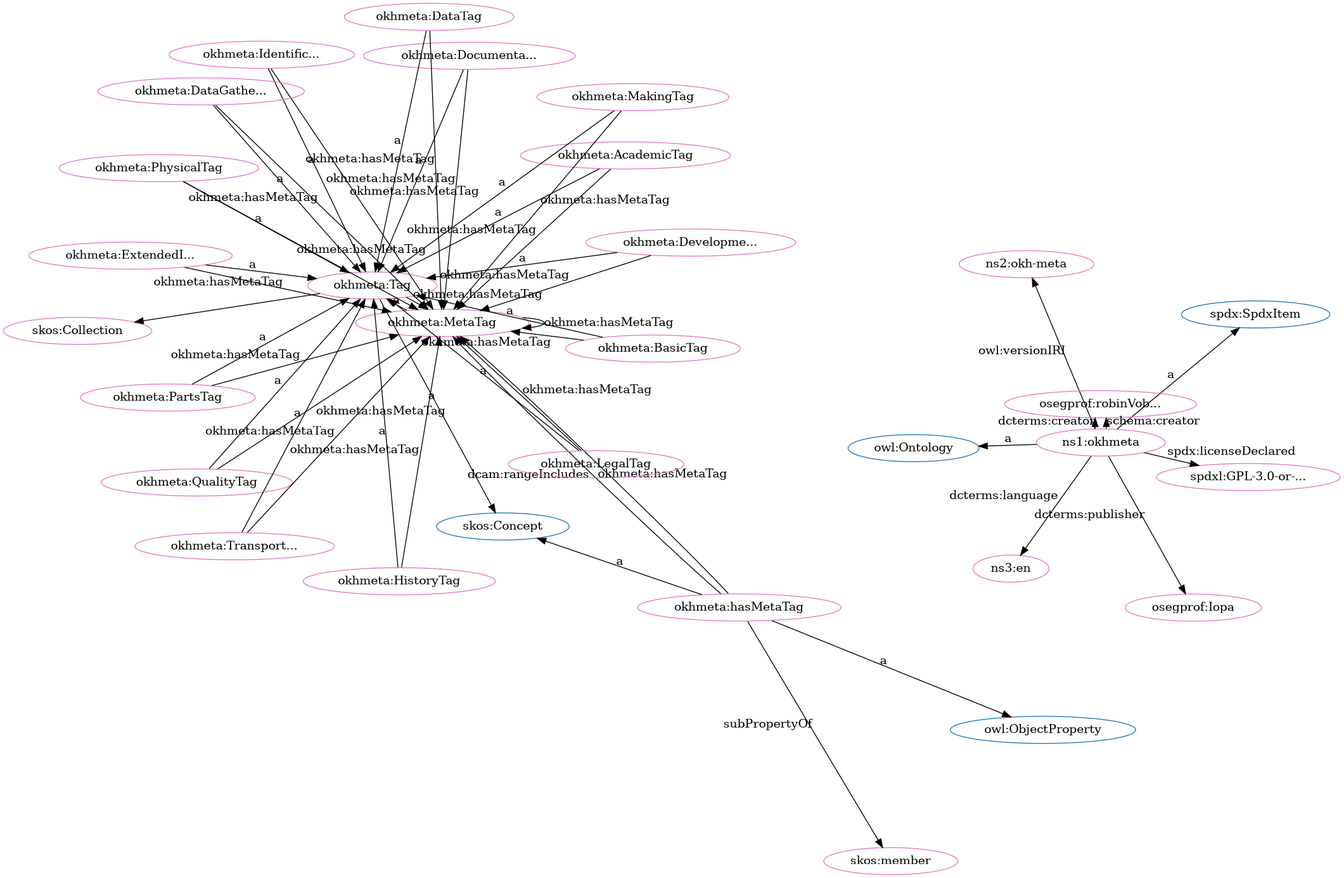
The Graphviz diagram src/spec/fdp_okh-meta.png in iop-alliance/OpenKnowHow, before a commit. Its source is kept beside it as src/spec/fdp_okh-meta.dot.
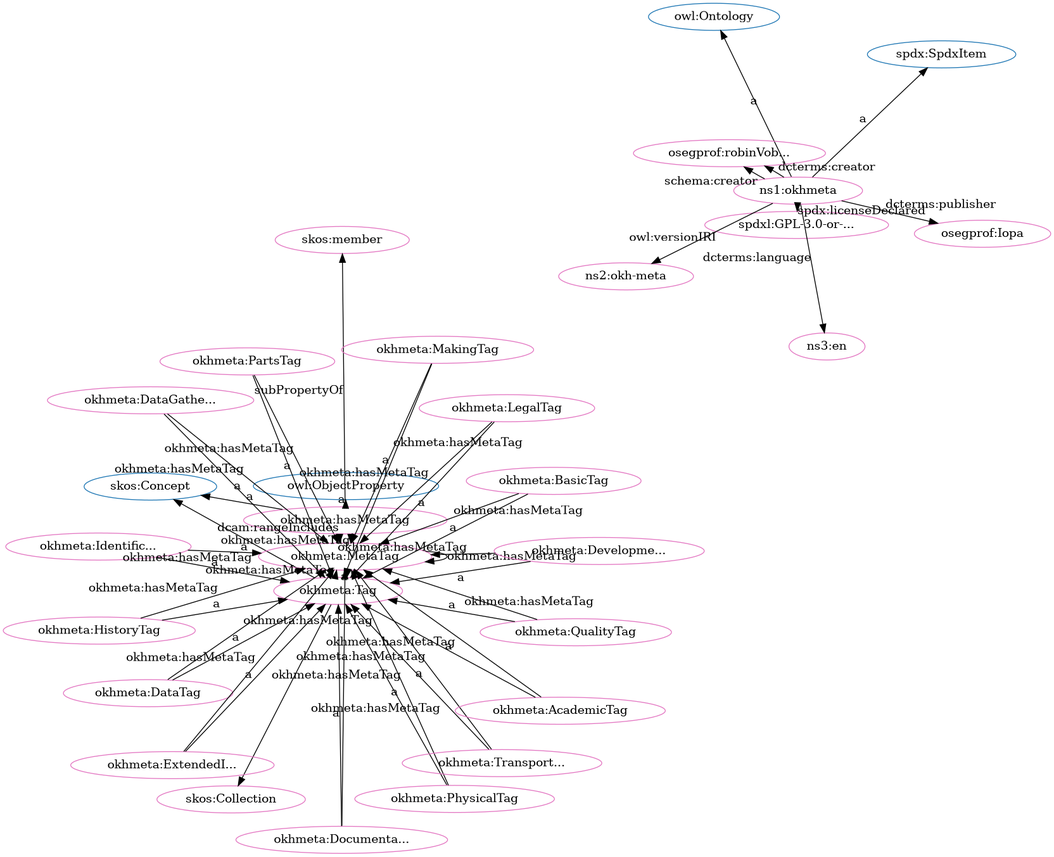
Above is the later version.

The edit, as a diff of the source:
```diff
@@ -2,83 +2,83 @@
   rankdir=BT
   node[height=.3]
 "http://www.w3.org/2004/02/skos/core#Collection" [fillcolor="#1f77b4" color="#1f77b4" label="skos:Collection"]
-"http://www.w3.org/2002/07/owl#Ontology" [fillcolor="#1f77b4" color="#1f77b4" label="owl:Ontology"]
 "http://www.w3.org/2002/07/owl#ObjectProperty" [fillcolor="#1f77b4" color="#1f77b4" label="owl:ObjectProperty"]
 "http://w3id.org/oseg/ont/okhmeta#Tag" [fillcolor="#1f77b4" color="#1f77b4" label="okhmeta:Tag"]
+"http://www.w3.org/2002/07/owl#Ontology" [fillcolor="#1f77b4" color="#1f77b4" label="owl:Ontology"]
 "http://spdx.org/rdf/terms#SpdxItem" [fillcolor="#1f77b4" color="#1f77b4" label="spdx:SpdxItem"]
 "http://www.w3.org/2004/02/skos/core#Concept" [fillcolor="#1f77b4" color="#1f77b4" label="skos:Concept"]
+"http://w3id.org/oseg/ont/okhmeta#Tag" [fillcolor="#e377c2" color="#e377c2" label="okhmeta:Tag"]
+"http://w3id.org/oseg/ont/okhmeta#PhysicalTag" [fillcolor="#e377c2" color="#e377c2" label="okhmeta:PhysicalTag"]
+"http://w3id.org/oseg/ont/okhmeta#MetaTag" [fillcolor="#e377c2" color="#e377c2" label="okhmeta:MetaTag"]
+"http://w3id.org/oseg/ont/okhmeta#DataTag" [fillcolor="#e377c2" color="#e377c2" label="okhmeta:DataTag"]
+"http://w3id.org/oseg/ont/okhmeta#DevelopmentTag" [fillcolor="#e377c2" color="#e377c2" label="okhmeta:Developme..."]
+"http://w3id.org/oseg/ont/okhmeta#IdentificationTag" [fillcolor="#e377c2" color="#e377c2" label="okhmeta:Identific..."]
+"http://w3id.org/oseg/ont/okhmeta#TransportationTag" [fillcolor="#e377c2" color="#e377c2" label="okhmeta:Transport..."]
+"http://www.w3.org/2004/02/skos/core#Collection" [fillcolor="#e377c2" color="#e377c2" label="skos:Collection"]
+"http://www.w3.org/2004/02/skos/core#member" [fillcolor="#e377c2" color="#e377c2" label="skos:member"]
+"http://w3id.org/oseg/ont/okhmeta#PartsTag" [fillcolor="#e377c2" color="#e377c2" label="okhmeta:PartsTag"]
+"http://spdx.org/licenses/GPL-3.0-or-later" [fillcolor="#e377c2" color="#e377c2" label="spdxl:GPL-3.0-or-..."]
+"http://w3id.org/oseg/ont/okhmeta#hasMetaTag" [fillcolor="#e377c2" color="#e377c2" label="okhmeta:hasMetaTag"]
+"http://w3id.org/oseg/ont/okhmeta#QualityTag" [fillcolor="#e377c2" color="#e377c2" label="okhmeta:QualityTag"]
+"http://w3id.org/oseg/ont/okhmeta#AcademicTag" [fillcolor="#e377c2" color="#e377c2" label="okhmeta:AcademicTag"]
 "http://w3id.org/oseg/ont/okhmeta" [fillcolor="#e377c2" color="#e377c2" label="ns1:okhmeta"]
-"http://w3id.org/oseg/ont/okhmeta#QualityTag" [fillcolor="#e377c2" color="#e377c2" label="okhmeta:QualityTag"]
-"http://w3id.org/oseg/ont/okhmeta#MetaTag" [fillcolor="#e377c2" color="#e377c2" label="okhmeta:MetaTag"]
-"http://w3id.org/oseg/ont/okhmeta#hasMetaTag" [fillcolor="#e377c2" color="#e377c2" label="okhmeta:hasMetaTag"]
-"http://www.w3.org/2004/02/skos/core#member" [fillcolor="#e377c2" color="#e377c2" label="skos:member"]
+"http://w3id.org/oseg/ont/okhmeta#DocumentationTag" [fillcolor="#e377c2" color="#e377c2" label="okhmeta:Documenta..."]
+"http://w3id.org/oseg/ont/oseg-profiles#Iopa" [fillcolor="#e377c2" color="#e377c2" label="osegprof:Iopa"]
+"http://w3id.org/oseg/ont/okhmeta#HistoryTag" [fillcolor="#e377c2" color="#e377c2" label="okhmeta:HistoryTag"]
+"http://w3id.org/oseg/ont/okhmeta#LegalTag" [fillcolor="#e377c2" color="#e377c2" label="okhmeta:LegalTag"]
+"http://w3id.org/oseg/ont/okhmeta#DataGatheringTag" [fillcolor="#e377c2" color="#e377c2" label="okhmeta:DataGathe..."]
+"http://w3id.org/oseg/ont/oseg-profiles#robinVobruba" [fillcolor="#e377c2" color="#e377c2" label="osegprof:robinVob..."]
+"http://w3id.org/oseg/ont/okhmeta#BasicTag" [fillcolor="#e377c2" color="#e377c2" label="okhmeta:BasicTag"]
+"http://w3id.org/oseg/ont/okhmeta#MakingTag" [fillcolor="#e377c2" color="#e377c2" label="okhmeta:MakingTag"]
 "http://w3id.org/oseg/ont/okhmeta#ExtendedInfoTag" [fillcolor="#e377c2" color="#e377c2" label="okhmeta:ExtendedI..."]
-"http://w3id.org/oseg/ont/okhmeta#TransportationTag" [fillcolor="#e377c2" color="#e377c2" label="okhmeta:Transport..."]
-"http://w3id.org/oseg/ont/okhmeta#PartsTag" [fillcolor="#e377c2" color="#e377c2" label="okhmeta:PartsTag"]
 "http://w3id.org/oseg/ont/1.1.0/okh-meta" [fillcolor="#e377c2" color="#e377c2" label="ns2:okh-meta"]
-"http://w3id.org/oseg/ont/okhmeta#HistoryTag" [fillcolor="#e377c2" color="#e377c2" label="okhmeta:HistoryTag"]
-"http://w3id.org/oseg/ont/oseg-profiles#Iopa" [fillcolor="#e377c2" color="#e377c2" label="osegprof:Iopa"]
-"http://w3id.org/oseg/ont/okhmeta#DevelopmentTag" [fillcolor="#e377c2" color="#e377c2" label="okhmeta:Developme..."]
-"http://w3id.org/oseg/ont/oseg-profiles#robinVobruba" [fillcolor="#e377c2" color="#e377c2" label="osegprof:robinVob..."]
-"http://w3id.org/oseg/ont/okhmeta#IdentificationTag" [fillcolor="#e377c2" color="#e377c2" label="okhmeta:Identific..."]
-"http://w3id.org/oseg/ont/okhmeta#Tag" [fillcolor="#e377c2" color="#e377c2" label="okhmeta:Tag"]
-"http://w3id.org/oseg/ont/okhmeta#DataGatheringTag" [fillcolor="#e377c2" color="#e377c2" label="okhmeta:DataGathe..."]
-"http://w3id.org/oseg/ont/okhmeta#DocumentationTag" [fillcolor="#e377c2" color="#e377c2" label="okhmeta:Documenta..."]
-"http://w3id.org/oseg/ont/okhmeta#BasicTag" [fillcolor="#e377c2" color="#e377c2" label="okhmeta:BasicTag"]
-"http://www.w3.org/2004/02/skos/core#Collection" [fillcolor="#e377c2" color="#e377c2" label="skos:Collection"]
-"http://w3id.org/oseg/ont/okhmeta#DataTag" [fillcolor="#e377c2" color="#e377c2" label="okhmeta:DataTag"]
-"http://w3id.org/oseg/ont/okhmeta#AcademicTag" [fillcolor="#e377c2" color="#e377c2" label="okhmeta:AcademicTag"]
-"http://w3id.org/oseg/ont/okhmeta#PhysicalTag" [fillcolor="#e377c2" color="#e377c2" label="okhmeta:PhysicalTag"]
-"http://w3id.org/oseg/ont/okhmeta#MakingTag" [fillcolor="#e377c2" color="#e377c2" label="okhmeta:MakingTag"]
-"http://w3id.org/oseg/ont/okhmeta#LegalTag" [fillcolor="#e377c2" color="#e377c2" label="okhmeta:LegalTag"]
 "http://id.loc.gov/vocabulary/iso639-1/en" [fillcolor="#e377c2" color="#e377c2" label="ns3:en"]
-"http://spdx.org/licenses/GPL-3.0-or-later" [fillcolor="#e377c2" color="#e377c2" label="spdxl:GPL-3.0-or-..."]
+  "http://w3id.org/oseg/ont/okhmeta#PhysicalTag" -> "http://w3id.org/oseg/ont/okhmeta#Tag" [label="a"]
+  "http://w3id.org/oseg/ont/okhmeta#DataTag" -> "http://w3id.org/oseg/ont/okhmeta#MetaTag" [label="okhmeta:hasMetaTag"]
+  "http://w3id.org/oseg/ont/okhmeta#DevelopmentTag" -> "http://w3id.org/oseg/ont/okhmeta#Tag" [label="a"]
+  "http://w3id.org/oseg/ont/okhmeta#IdentificationTag" -> "http://w3id.org/oseg/ont/okhmeta#MetaTag" [label="okhmeta:hasMetaTag"]
+  "http://w3id.org/oseg/ont/okhmeta#hasMetaTag" -> "http://www.w3.org/2004/02/skos/core#member" [label="subPropertyOf"]
+  "http://w3id.org/oseg/ont/okhmeta#DataGatheringTag" -> "http://w3id.org/oseg/ont/okhmeta#MetaTag" [label="okhmeta:hasMetaTag"]
+  "http://w3id.org/oseg/ont/okhmeta#QualityTag" -> "http://w3id.org/oseg/ont/okhmeta#MetaTag" [label="okhmeta:hasMetaTag"]
+  "http://w3id.org/oseg/ont/okhmeta#Tag" -> "http://w3id.org/oseg/ont/okhmeta#MetaTag" [label="okhmeta:hasMetaTag"]
+  "http://w3id.org/oseg/ont/okhmeta#AcademicTag" -> "http://w3id.org/oseg/ont/okhmeta#Tag" [label="a"]
+  "http://w3id.org/oseg/ont/okhmeta#BasicTag" -> "http://w3id.org/oseg/ont/okhmeta#MetaTag" [label="okhmeta:hasMetaTag"]
+  "http://w3id.org/oseg/ont/okhmeta#DocumentationTag" -> "http://w3id.org/oseg/ont/okhmeta#MetaTag" [label="okhmeta:hasMetaTag"]
+  "http://w3id.org/oseg/ont/okhmeta#MakingTag" -> "http://w3id.org/oseg/ont/okhmeta#MetaTag" [label="okhmeta:hasMetaTag"]
   "http://w3id.org/oseg/ont/okhmeta" -> "http://spdx.org/rdf/terms#SpdxItem" [label="a"]
+  "http://w3id.org/oseg/ont/okhmeta#DataGatheringTag" -> "http://w3id.org/oseg/ont/okhmeta#Tag" [label="a"]
+  "http://w3id.org/oseg/ont/okhmeta" -> "http://w3id.org/oseg/ont/oseg-profiles#robinVobruba" [label="schema:creator"]
+  "http://w3id.org/oseg/ont/okhmeta#PartsTag" -> "http://w3id.org/oseg/ont/okhmeta#MetaTag" [label="okhmeta:hasMetaTag"]
+  "http://w3id.org/oseg/ont/okhmeta#hasMetaTag" -> "http://www.w3.org/2004/02/skos/core#Concept" [label="a"]
+  "http://w3id.org/oseg/ont/okhmeta#BasicTag" -> "http://w3id.org/oseg/ont/okhmeta#Tag" [label="a"]
+  "http://w3id.org/oseg/ont/okhmeta#MakingTag" -> "http://w3id.org/oseg/ont/okhmeta#Tag" [label="a"]
+  "http://w3id.org/oseg/ont/okhmeta" -> "http://w3id.org/oseg/ont/1.1.0/okh-meta" [label="owl:versionIRI"]
+  "http://w3id.org/oseg/ont/okhmeta#hasMetaTag" -> "http://w3id.org/oseg/ont/okhmeta#MetaTag" [label="okhmeta:hasMetaTag"]
+  "http://w3id.org/oseg/ont/okhmeta#HistoryTag" -> "http://w3id.org/oseg/ont/okhmeta#MetaTag" [label="okhmeta:hasMetaTag"]
+  "http://w3id.org/oseg/ont/okhmeta#Tag" -> "http://www.w3.org/2004/02/skos/core#Concept" [label="a"]
+  "http://w3id.org/oseg/ont/okhmeta#PhysicalTag" -> "http://w3id.org/oseg/ont/okhmeta#MetaTag" [label="okhmeta:hasMetaTag"]
+  "http://w3id.org/oseg/ont/okhmeta#DataTag" -> "http://w3id.org/oseg/ont/okhmeta#Tag" [label="a"]
+  "http://w3id.org/oseg/ont/okhmeta#IdentificationTag" -> "http://w3id.org/oseg/ont/okhmeta#Tag" [label="a"]
+  "http://w3id.org/oseg/ont/okhmeta#TransportationTag" -> "http://w3id.org/oseg/ont/okhmeta#Tag" [label="a"]
+  "http://w3id.org/oseg/ont/okhmeta#Tag" -> "http://www.w3.org/2004/02/skos/core#Collection" [label=""]
+  "http://w3id.org/oseg/ont/okhmeta#PartsTag" -> "http://w3id.org/oseg/ont/okhmeta#Tag" [label="a"]
+  "http://w3id.org/oseg/ont/okhmeta" -> "http://spdx.org/licenses/GPL-3.0-or-later" [label="spdx:licenseDeclared"]
+  "http://w3id.org/oseg/ont/okhmeta#hasMetaTag" -> "http://www.w3.org/2002/07/owl#ObjectProperty" [label="a"]
   "http://w3id.org/oseg/ont/okhmeta#QualityTag" -> "http://w3id.org/oseg/ont/okhmeta#Tag" [label="a"]
-  "http://w3id.org/oseg/ont/okhmeta#hasMetaTag" -> "http://www.w3.org/2002/07/owl#ObjectProperty" [label="a"]
-  "http://w3id.org/oseg/ont/okhmeta#QualityTag" -> "http://w3id.org/oseg/ont/okhmeta#MetaTag" [label="okhmeta:hasMetaTag"]
-  "http://w3id.org/oseg/ont/okhmeta" -> "http://spdx.org/licenses/GPL-3.0-or-later" [label="spdx:licenseDeclared"]
-  "http://w3id.org/oseg/ont/okhmeta#hasMetaTag" -> "http://www.w3.org/2004/02/skos/core#member" [label="subPropertyOf"]
+  "http://w3id.org/oseg/ont/okhmeta" -> "http://www.w3.org/2002/07/owl#Ontology" [label="a"]
   "http://w3id.org/oseg/ont/okhmeta#hasMetaTag" -> "http://w3id.org/oseg/ont/okhmeta#MetaTag" [label="dcam:rangeIncludes"]
+  "http://w3id.org/oseg/ont/okhmeta#DocumentationTag" -> "http://w3id.org/oseg/ont/okhmeta#Tag" [label="a"]
+  "http://w3id.org/oseg/ont/okhmeta#HistoryTag" -> "http://w3id.org/oseg/ont/okhmeta#Tag" [label="a"]
+  "http://w3id.org/oseg/ont/okhmeta#LegalTag" -> "http://w3id.org/oseg/ont/okhmeta#Tag" [label="a"]
+  "http://w3id.org/oseg/ont/okhmeta#ExtendedInfoTag" -> "http://w3id.org/oseg/ont/okhmeta#MetaTag" [label="okhmeta:hasMetaTag"]
+  "http://w3id.org/oseg/ont/okhmeta#MetaTag" -> "http://w3id.org/oseg/ont/okhmeta#MetaTag" [label="okhmeta:hasMetaTag"]
+  "http://w3id.org/oseg/ont/okhmeta#LegalTag" -> "http://w3id.org/oseg/ont/okhmeta#MetaTag" [label="okhmeta:hasMetaTag"]
+  "http://w3id.org/oseg/ont/okhmeta" -> "http://w3id.org/oseg/ont/oseg-profiles#robinVobruba" [label="dcterms:creator"]
+  "http://w3id.org/oseg/ont/okhmeta#TransportationTag" -> "http://w3id.org/oseg/ont/okhmeta#MetaTag" [label="okhmeta:hasMetaTag"]
+  "http://w3id.org/oseg/ont/okhmeta#DevelopmentTag" -> "http://w3id.org/oseg/ont/okhmeta#MetaTag" [label="okhmeta:hasMetaTag"]
+  "http://w3id.org/oseg/ont/okhmeta#AcademicTag" -> "http://w3id.org/oseg/ont/okhmeta#MetaTag" [label="okhmeta:hasMetaTag"]
   "http://w3id.org/oseg/ont/okhmeta#ExtendedInfoTag" -> "http://w3id.org/oseg/ont/okhmeta#Tag" [label="a"]
-  "http://w3id.org/oseg/ont/okhmeta#TransportationTag" -> "http://w3id.org/oseg/ont/okhmeta#Tag" [label="a"]
-  "http://w3id.org/oseg/ont/okhmeta#ExtendedInfoTag" -> "http://w3id.org/oseg/ont/okhmeta#MetaTag" [label="okhmeta:hasMetaTag"]
-  "http://w3id.org/oseg/ont/okhmeta#TransportationTag" -> "http://w3id.org/oseg/ont/okhmeta#MetaTag" [label="okhmeta:hasMetaTag"]
-  "http://w3id.org/oseg/ont/okhmeta#HistoryTag" -> "http://w3id.org/oseg/ont/okhmeta#Tag" [label="a"]
+  "http://w3id.org/oseg/ont/okhmeta#MetaTag" -> "http://w3id.org/oseg/ont/okhmeta#Tag" [label="a"]
+  "http://w3id.org/oseg/ont/okhmeta" -> "http://id.loc.gov/vocabulary/iso639-1/en" [label="dcterms:language"]
   "http://w3id.org/oseg/ont/okhmeta" -> "http://w3id.org/oseg/ont/oseg-profiles#Iopa" [label="dcterms:publisher"]
-  "http://w3id.org/oseg/ont/okhmeta" -> "http://w3id.org/oseg/ont/oseg-profiles#robinVobruba" [label="dcterms:creator"]
-  "http://w3id.org/oseg/ont/okhmeta#IdentificationTag" -> "http://w3id.org/oseg/ont/okhmeta#Tag" [label="a"]
-  "http://w3id.org/oseg/ont/okhmeta#hasMetaTag" -> "http://w3id.org/oseg/ont/okhmeta#MetaTag" [label="okhmeta:hasMetaTag"]
-  "http://w3id.org/oseg/ont/okhmeta#IdentificationTag" -> "http://w3id.org/oseg/ont/okhmeta#MetaTag" [label="okhmeta:hasMetaTag"]
-  "http://w3id.org/oseg/ont/okhmeta#DocumentationTag" -> "http://w3id.org/oseg/ont/okhmeta#Tag" [label="a"]
-  "http://w3id.org/oseg/ont/okhmeta#AcademicTag" -> "http://w3id.org/oseg/ont/okhmeta#Tag" [label="a"]
-  "http://w3id.org/oseg/ont/okhmeta#PhysicalTag" -> "http://w3id.org/oseg/ont/okhmeta#MetaTag" [label="okhmeta:hasMetaTag"]
-  "http://w3id.org/oseg/ont/okhmeta#AcademicTag" -> "http://w3id.org/oseg/ont/okhmeta#MetaTag" [label="okhmeta:hasMetaTag"]
-  "http://w3id.org/oseg/ont/okhmeta#PhysicalTag" -> "http://w3id.org/oseg/ont/okhmeta#Tag" [label="a"]
-  "http://w3id.org/oseg/ont/okhmeta#MakingTag" -> "http://w3id.org/oseg/ont/okhmeta#Tag" [label="a"]
-  "http://w3id.org/oseg/ont/okhmeta#MakingTag" -> "http://w3id.org/oseg/ont/okhmeta#MetaTag" [label="okhmeta:hasMetaTag"]
-  "http://w3id.org/oseg/ont/okhmeta#MetaTag" -> "http://w3id.org/oseg/ont/okhmeta#Tag" [label="a"]
-  "http://w3id.org/oseg/ont/okhmeta#MetaTag" -> "http://w3id.org/oseg/ont/okhmeta#MetaTag" [label="okhmeta:hasMetaTag"]
-  "http://w3id.org/oseg/ont/okhmeta" -> "http://id.loc.gov/vocabulary/iso639-1/en" [label="dcterms:language"]
-  "http://w3id.org/oseg/ont/okhmeta#DocumentationTag" -> "http://w3id.org/oseg/ont/okhmeta#MetaTag" [label="okhmeta:hasMetaTag"]
-  "http://w3id.org/oseg/ont/okhmeta" -> "http://w3id.org/oseg/ont/oseg-profiles#robinVobruba" [label="schema:creator"]
-  "http://w3id.org/oseg/ont/okhmeta#DataTag" -> "http://w3id.org/oseg/ont/okhmeta#MetaTag" [label="okhmeta:hasMetaTag"]
-  "http://w3id.org/oseg/ont/okhmeta#Tag" -> "http://w3id.org/oseg/ont/okhmeta#MetaTag" [label="okhmeta:hasMetaTag"]
-  "http://w3id.org/oseg/ont/okhmeta#PartsTag" -> "http://w3id.org/oseg/ont/okhmeta#Tag" [label="a"]
-  "http://w3id.org/oseg/ont/okhmeta#PartsTag" -> "http://w3id.org/oseg/ont/okhmeta#MetaTag" [label="okhmeta:hasMetaTag"]
-  "http://w3id.org/oseg/ont/okhmeta" -> "http://w3id.org/oseg/ont/1.1.0/okh-meta" [label="owl:versionIRI"]
-  "http://w3id.org/oseg/ont/okhmeta#hasMetaTag" -> "http://www.w3.org/2004/02/skos/core#Concept" [label="a"]
-  "http://w3id.org/oseg/ont/okhmeta#DevelopmentTag" -> "http://w3id.org/oseg/ont/okhmeta#Tag" [label="a"]
-  "http://w3id.org/oseg/ont/okhmeta#DevelopmentTag" -> "http://w3id.org/oseg/ont/okhmeta#MetaTag" [label="okhmeta:hasMetaTag"]
-  "http://w3id.org/oseg/ont/okhmeta#Tag" -> "http://www.w3.org/2004/02/skos/core#Concept" [label="a"]
-  "http://w3id.org/oseg/ont/okhmeta#DataGatheringTag" -> "http://w3id.org/oseg/ont/okhmeta#Tag" [label="a"]
-  "http://w3id.org/oseg/ont/okhmeta#DataGatheringTag" -> "http://w3id.org/oseg/ont/okhmeta#MetaTag" [label="okhmeta:hasMetaTag"]
-  "http://w3id.org/oseg/ont/okhmeta" -> "http://www.w3.org/2002/07/owl#Ontology" [label="a"]
-  "http://w3id.org/oseg/ont/okhmeta#BasicTag" -> "http://w3id.org/oseg/ont/okhmeta#Tag" [label="a"]
-  "http://w3id.org/oseg/ont/okhmeta#Tag" -> "http://www.w3.org/2004/02/skos/core#Collection" [label=""]
-  "http://w3id.org/oseg/ont/okhmeta#DataTag" -> "http://w3id.org/oseg/ont/okhmeta#Tag" [label="a"]
-  "http://w3id.org/oseg/ont/okhmeta#BasicTag" -> "http://w3id.org/oseg/ont/okhmeta#MetaTag" [label="okhmeta:hasMetaTag"]
-  "http://w3id.org/oseg/ont/okhmeta#HistoryTag" -> "http://w3id.org/oseg/ont/okhmeta#MetaTag" [label="okhmeta:hasMetaTag"]
-  "http://w3id.org/oseg/ont/okhmeta#LegalTag" -> "http://w3id.org/oseg/ont/okhmeta#Tag" [label="a"]
-  "http://w3id.org/oseg/ont/okhmeta#LegalTag" -> "http://w3id.org/oseg/ont/okhmeta#MetaTag" [label="okhmeta:hasMetaTag"]
 }
```
